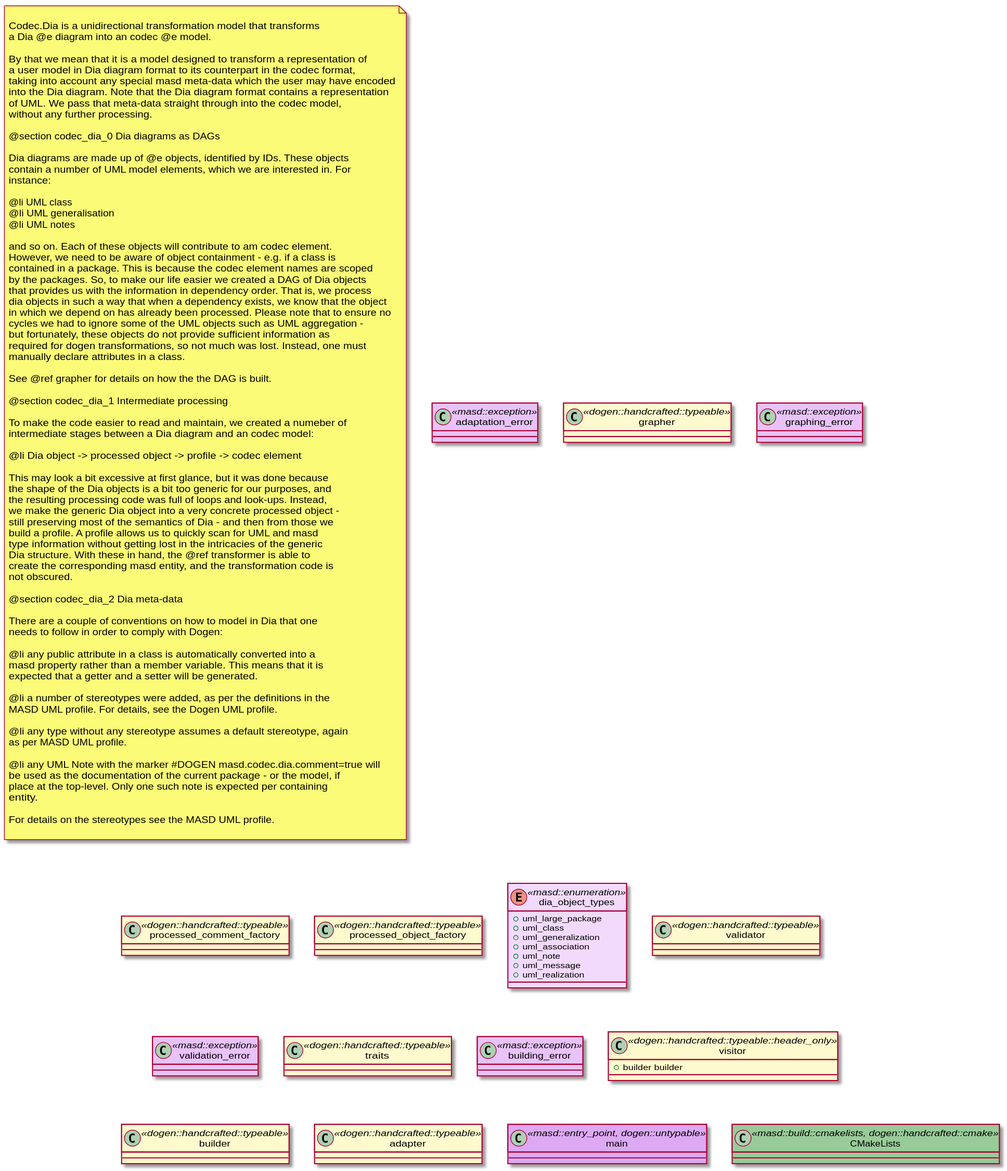
Earlier version of the PlantUML export projects/dogen.models/plantuml/dogen.codec.dia.svg (MASD-Project/dogen).
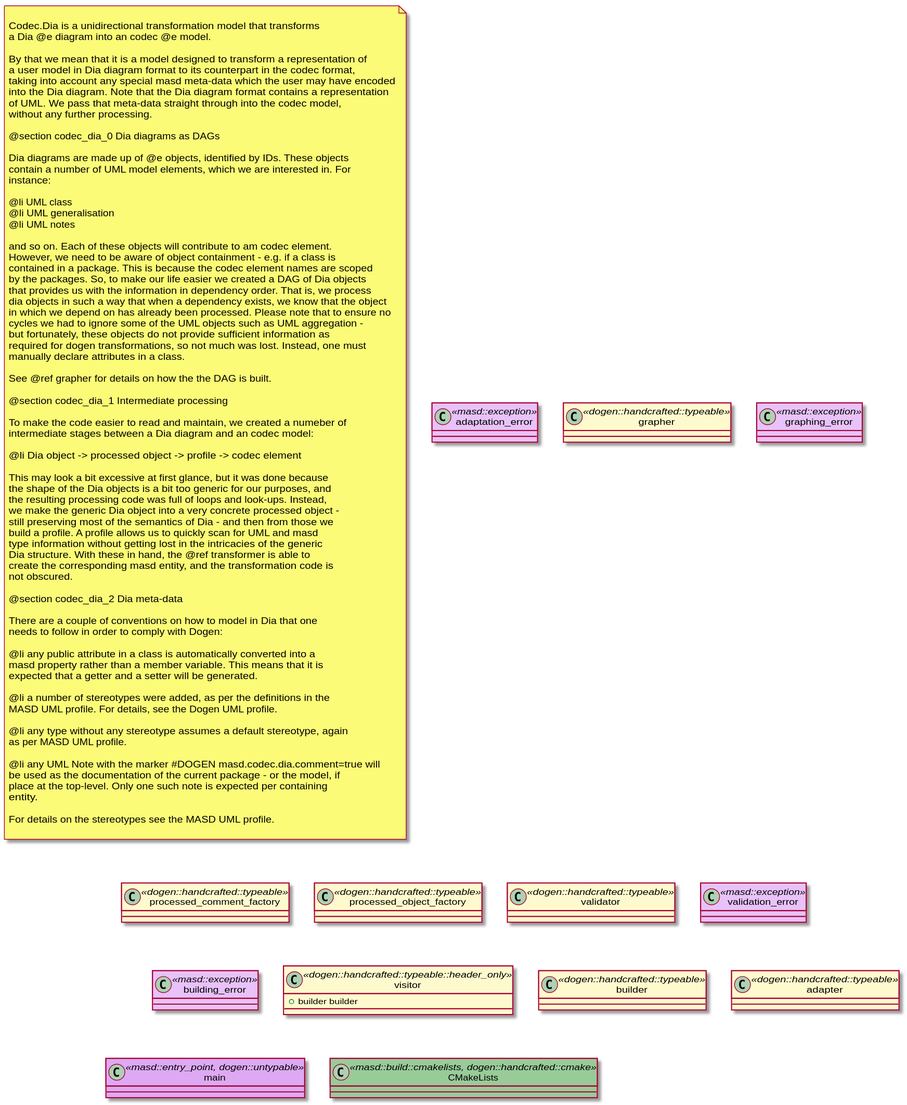
Later version of the same file.

Commit message:
codec.dia: remove dia object types enumeration

What changed in the source:
```diff
@@ -93,23 +93,10 @@
 class processed_object_factory <<dogen::handcrafted::typeable>> #FFFACD {
 }
 
-enum dia_object_types <<masd::enumeration>> #F2DAFD {
-        +{field} uml_large_package
-        +{field} uml_class
-        +{field} uml_generalization
-        +{field} uml_association
-        +{field} uml_note
-        +{field} uml_message
-        +{field} uml_realization
-}
-
 class validator <<dogen::handcrafted::typeable>> #FFFACD {
 }
 
 class validation_error <<masd::exception>> #E8C2F8 {
-}
-
-class traits <<dogen::handcrafted::typeable>> #FFFACD {
 }
 
 class building_error <<masd::exception>> #E8C2F8 {
```
